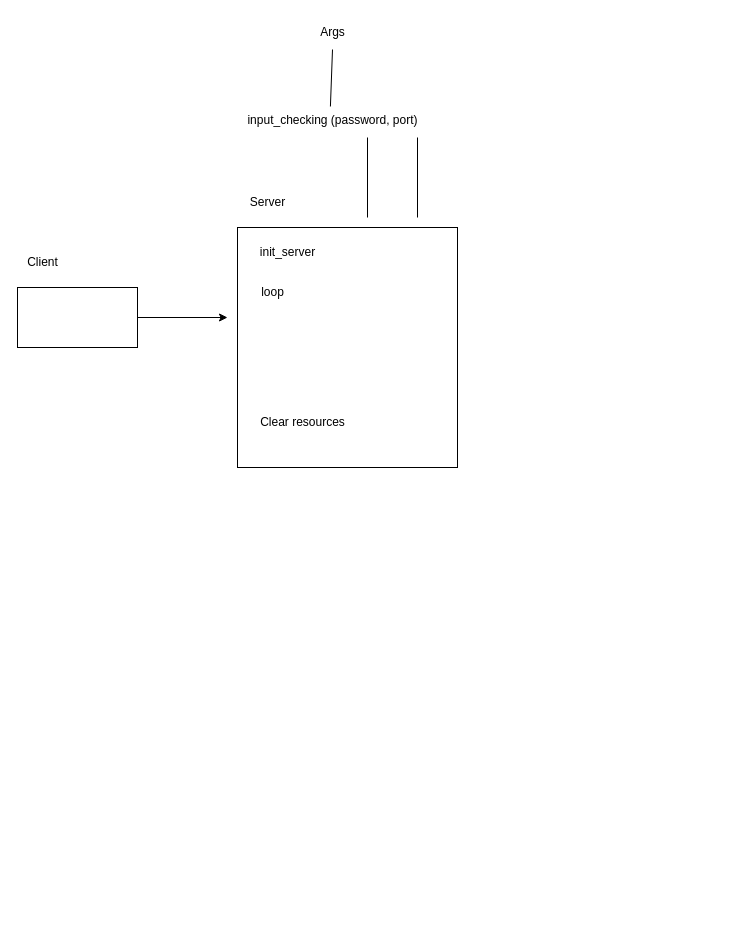
svetameanssun/ft_irc keeps this draw.io diagram as server.drawio. Above is the earlier version. Source tidied: cells renumbered, new cells numbered last; positions are measured from the earlier drawing's top-left corner, leaving out a move shared by most shapes. Both pictures are drawn from the tidied source at 100%, with x=0, y=0 at pixel (17, 17).
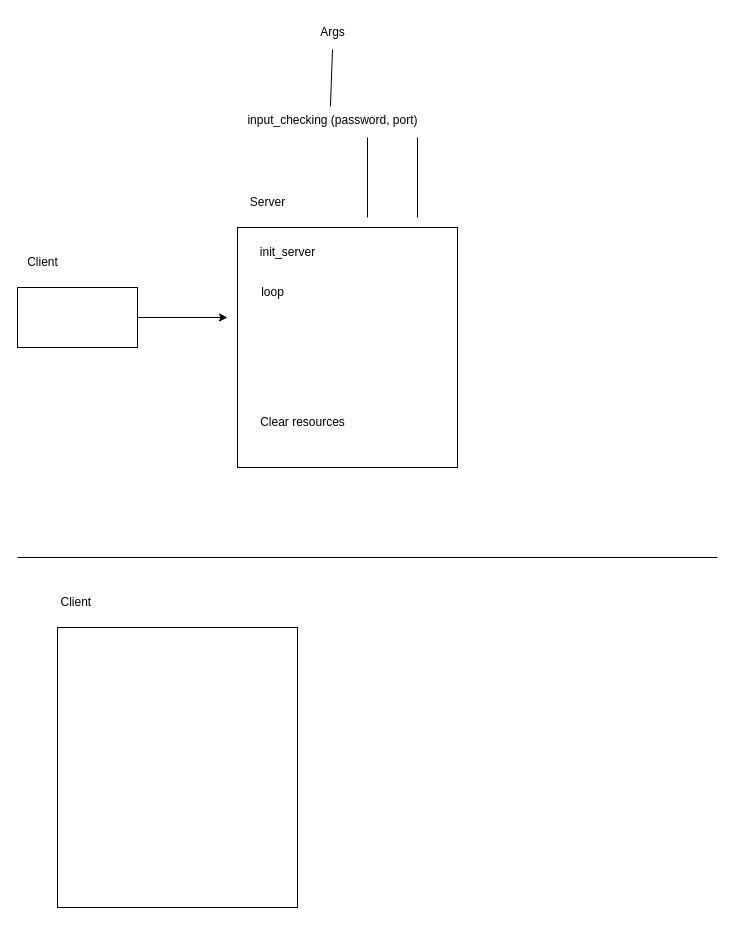
Above is the later version.

What changed in the source:
```diff
@@
+    <mxCell id="15" style="endArrow=none;html=1;" parent="1" edge="1">
+      <mxGeometry relative="1" as="geometry">
+        <mxPoint y="540" as="sourcePoint" />
+        <mxPoint x="700" y="540" as="targetPoint" />
+      </mxGeometry>
+    </mxCell>
+    <mxCell id="16" style="whiteSpace=wrap;html=1;" parent="1" vertex="1">
+      <mxGeometry x="40" y="610" width="240" height="280" as="geometry" />
+    </mxCell>
+    <mxCell id="17" value="Client&amp;nbsp;" style="text;html=1;align=center;verticalAlign=middle;strokeColor=none;fillColor=none;" parent="1" vertex="1">
+      <mxGeometry x="30" y="570" width="60" height="30" as="geometry" />
+    </mxCell>
```
